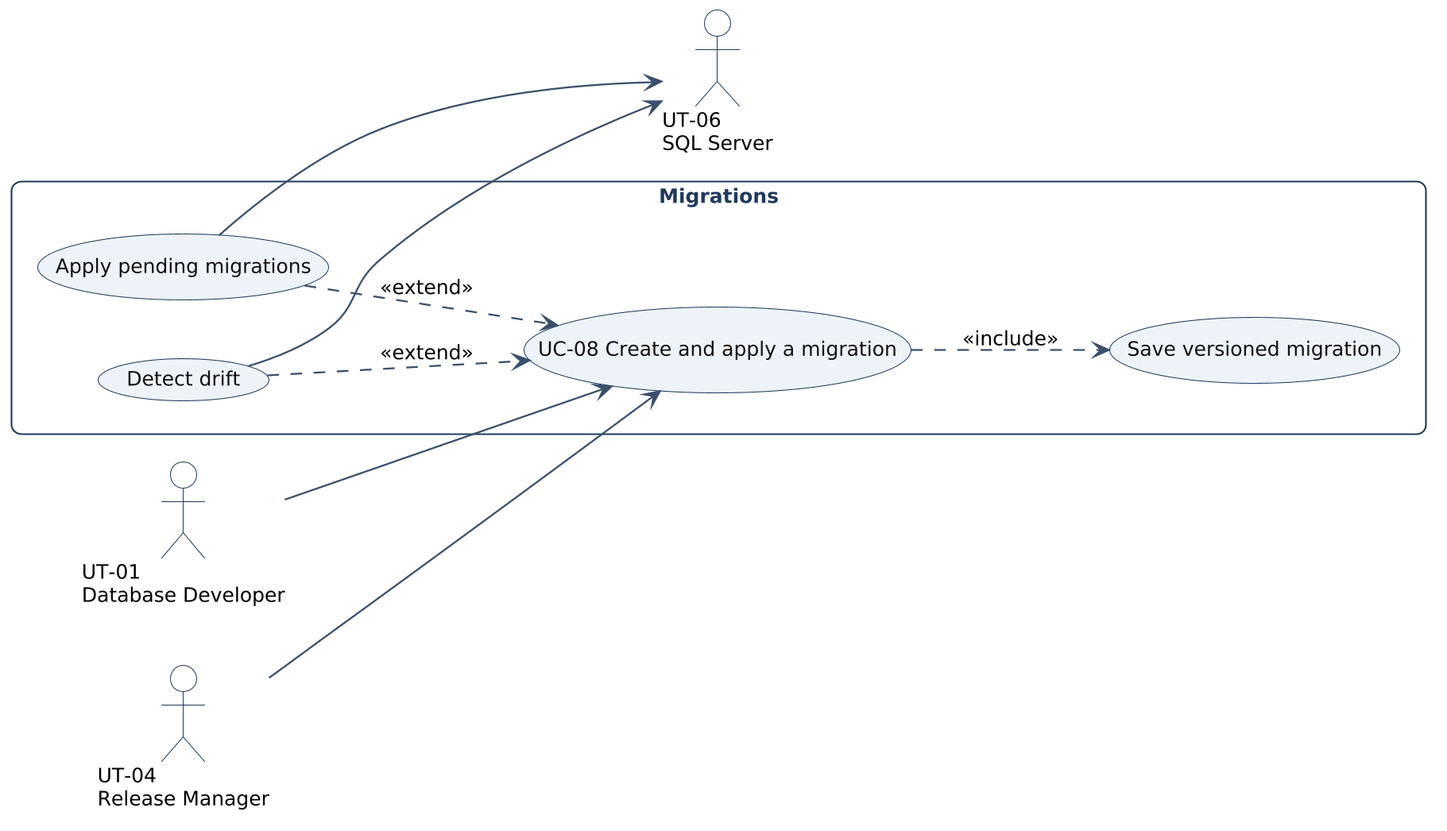
Before: docs/images/requirements/uc-migrations.png, a diagram exported from PlantUML (databasedeployment/databasedeployment). Its diagram source:
```plantuml
@startuml
!include style.iuml
left to right direction
actor "UT-01\nDatabase Developer" as DEV
actor "UT-04\nRelease Manager" as RM
actor "UT-06\nSQL Server" as SQL
rectangle "Migrations" {
  usecase "UC-08 Create and apply a migration" as UC08
  usecase "Save versioned migration" as SV
  usecase "Apply pending migrations" as AP
  usecase "Detect drift" as DR
}
DEV --> UC08
RM --> UC08
UC08 ..> SV : <<include>>
AP ..> UC08 : <<extend>>
DR ..> UC08 : <<extend>>
AP --> SQL
DR --> SQL
@enduml
```
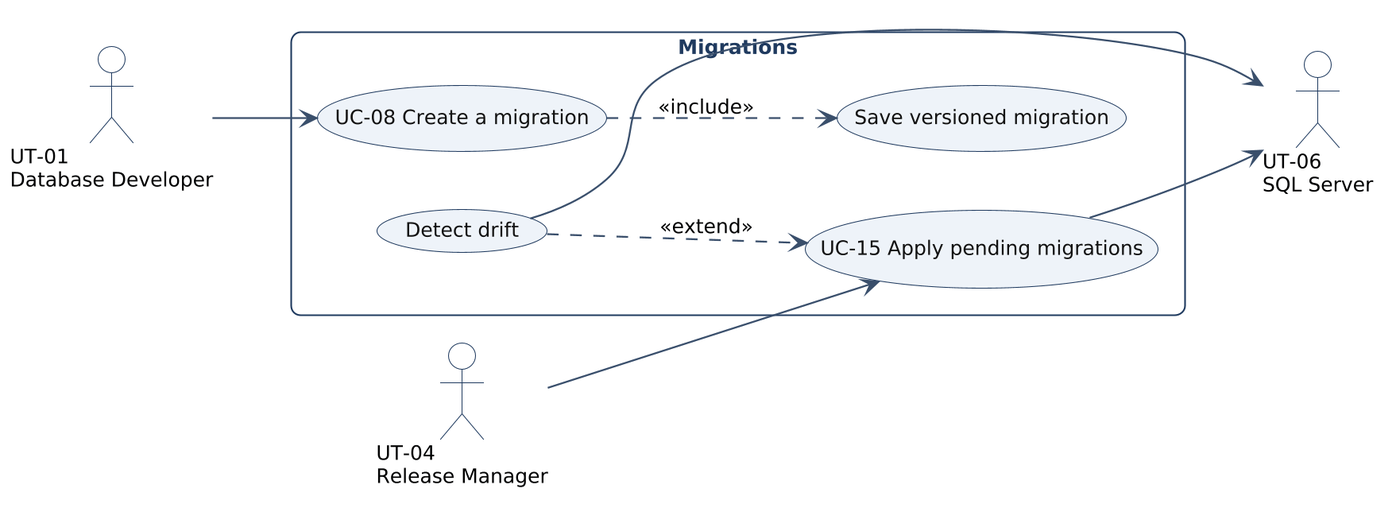
Later version of the same file.

Commit message:
docs(requirements): split UC-08 into create and apply

What changed in the source:
```diff
@@ -5,16 +5,15 @@
 actor "UT-04\nRelease Manager" as RM
 actor "UT-06\nSQL Server" as SQL
 rectangle "Migrations" {
-  usecase "UC-08 Create and apply a migration" as UC08
+  usecase "UC-08 Create a migration" as UC08
   usecase "Save versioned migration" as SV
-  usecase "Apply pending migrations" as AP
+  usecase "UC-15 Apply pending migrations" as UC15
   usecase "Detect drift" as DR
 }
 DEV --> UC08
-RM --> UC08
+RM --> UC15
 UC08 ..> SV : <<include>>
-AP ..> UC08 : <<extend>>
-DR ..> UC08 : <<extend>>
-AP --> SQL
+DR ..> UC15 : <<extend>>
+UC15 --> SQL
 DR --> SQL
 @enduml
```
